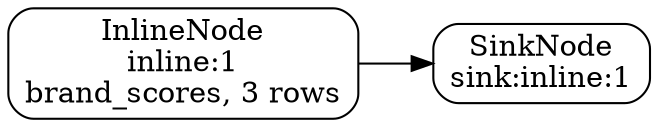
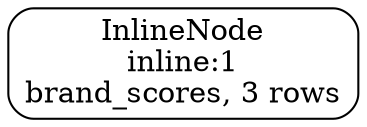
digraph prism_plan {
  rankdir=LR;
  node [shape=box, style=rounded];
  "inline:1" [label="InlineNode\ninline:1\nbrand_scores, 3 rows"];
-   "sink:inline:1" [label="SinkNode\nsink:inline:1"];
-   "inline:1" -> "sink:inline:1";
}
